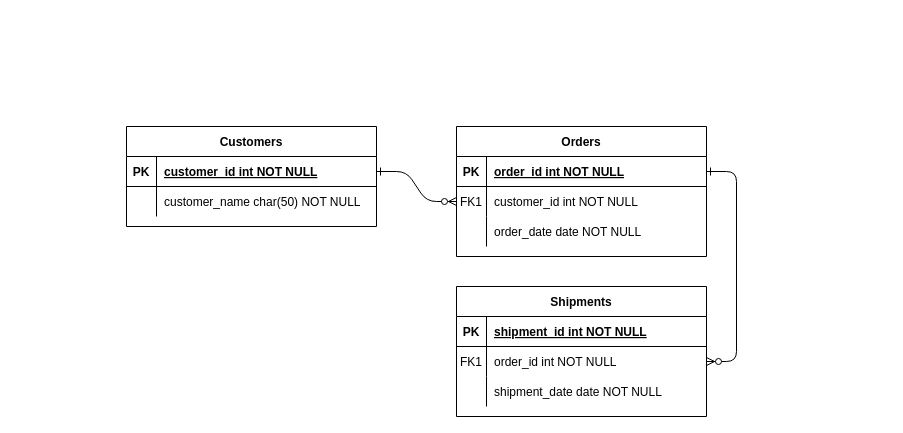
This is ORMDataBase.drawio from romiraxp/ORMDataBase, a draw.io file, before an edit. Source tidied: cells renumbered, new cells numbered last; positions are measured from the earlier drawing's top-left corner, leaving out a move shared by most shapes. Both pictures are drawn from the tidied source at 100%, with x=0, y=0 at pixel (126, 126).
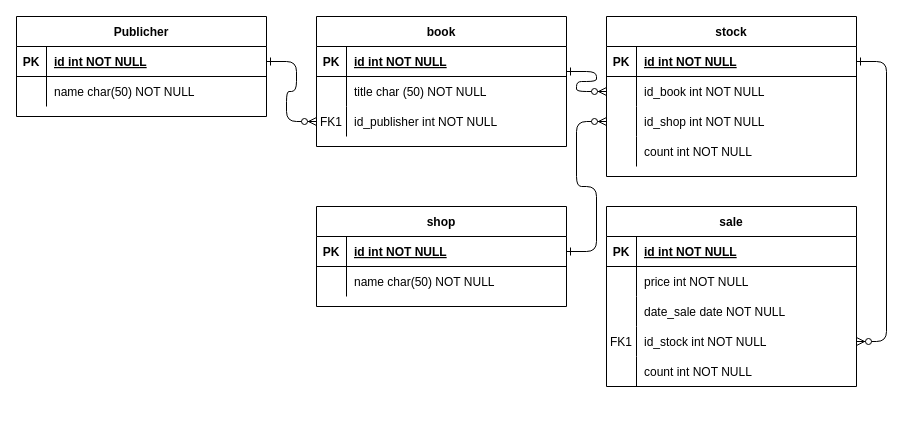
The same page after the edit.

The change refers to these unchanged cells:
```xml
<mxCell id="5" style="shape=partialRectangle;fillColor=none;points=[[0,0.5],[1,0.5]];portConstraint=eastwest;top=0;left=0;right=0;bottom=1;" parent="4" vertex="1">
  <mxGeometry y="30" width="250" height="30" as="geometry" />
</mxCell>
<mxCell id="15" style="shape=partialRectangle;fillColor=none;top=0;left=0;right=0;bottom=1;" parent="14" vertex="1">
  <mxGeometry y="30" width="250" height="30" as="geometry" />
</mxCell>
<mxCell id="18" style="shape=partialRectangle;fillColor=none;points=[[0,0.5],[1,0.5]];portConstraint=eastwest;top=0;left=0;right=0;bottom=0;" parent="14" vertex="1">
  <mxGeometry y="60" width="250" height="30" as="geometry" />
</mxCell>
<mxCell id="21" style="shape=partialRectangle;fillColor=none;top=0;left=0;right=0;bottom=0;" parent="14" vertex="1">
  <mxGeometry y="90" width="250" height="30" as="geometry" />
</mxCell>
<mxCell id="25" style="shape=partialRectangle;fillColor=none;points=[[0,0.5],[1,0.5]];portConstraint=eastwest;top=0;left=0;right=0;bottom=1;" parent="24" vertex="1">
  <mxGeometry y="30" width="250" height="30" as="geometry" />
</mxCell>
<mxCell id="28" style="shape=partialRectangle;fillColor=none;top=0;left=0;right=0;bottom=0;" parent="24" vertex="1">
  <mxGeometry y="60" width="250" height="30" as="geometry" />
</mxCell>
```

Diff of the diagram source:
```diff
@@
-    <mxCell id="3" style="edgeStyle=entityRelationEdgeStyle;endArrow=ERzeroToMany;startArrow=ERone;endFill=1;startFill=0;" parent="1" edge="1" source="5" target="18">
+    <mxCell id="3" style="edgeStyle=entityRelationEdgeStyle;endArrow=ERzeroToMany;startArrow=ERone;endFill=1;startFill=0;" parent="1" edge="1" source="45" target="31">
       <mxGeometry relative="1" as="geometry" />
     </mxCell>
-    <mxCell id="4" value="Orders" style="shape=table;startSize=30;childLayout=tableLayout;rowLines=0;fontStyle=1;align=center;" parent="1" vertex="1">
-      <mxGeometry x="330" width="250" height="130" as="geometry" />
+    <mxCell id="4" value="book" style="shape=table;startSize=30;childLayout=tableLayout;rowLines=0;fontStyle=1;align=center;" parent="1" vertex="1">
+      <mxGeometry x="190" y="-110" width="250" height="130" as="geometry" />
     </mxCell>
@@
-    <mxCell id="7" value="order_id int NOT NULL " style="shape=partialRectangle;overflow=hidden;fillColor=none;top=0;left=0;bottom=0;right=0;align=left;spacingLeft=6;fontStyle=5;" parent="5" vertex="1">
+    <mxCell id="7" value="id int NOT NULL " style="shape=partialRectangle;overflow=hidden;fillColor=none;top=0;left=0;bottom=0;right=0;align=left;spacingLeft=6;fontStyle=5;" parent="5" vertex="1">
       <mxGeometry x="30" width="220" height="30" as="geometry" />
     </mxCell>
+    <mxCell id="11" style="shape=partialRectangle;fillColor=none;top=0;left=0;right=0;bottom=0;" parent="4" vertex="1">
+      <mxGeometry y="60" width="250" height="30" as="geometry" />
+    </mxCell>
+    <mxCell id="12" style="shape=partialRectangle;overflow=hidden;fillColor=none;top=0;left=0;bottom=0;right=0;" parent="11" vertex="1">
+      <mxGeometry width="30" height="30" as="geometry" />
+    </mxCell>
+    <mxCell id="13" value="title char (50) NOT NULL" style="shape=partialRectangle;overflow=hidden;fillColor=none;top=0;left=0;bottom=0;right=0;align=left;spacingLeft=6;" parent="11" vertex="1">
+      <mxGeometry x="30" width="220" height="30" as="geometry" />
+    </mxCell>
     <mxCell id="8" style="shape=partialRectangle;fillColor=none;points=[[0,0.5],[1,0.5]];portConstraint=eastwest;top=0;left=0;right=0;bottom=0;" parent="4" vertex="1">
-      <mxGeometry y="60" width="250" height="30" as="geometry" />
+      <mxGeometry y="90" width="250" height="30" as="geometry" />
     </mxCell>
@@
-    <mxCell id="10" value="customer_id int NOT NULL" style="shape=partialRectangle;overflow=hidden;fillColor=none;top=0;left=0;bottom=0;right=0;align=left;spacingLeft=6;" parent="8" vertex="1">
+    <mxCell id="10" value="id_publisher int NOT NULL" style="shape=partialRectangle;overflow=hidden;fillColor=none;top=0;left=0;bottom=0;right=0;align=left;spacingLeft=6;" parent="8" vertex="1">
       <mxGeometry x="30" width="220" height="30" as="geometry" />
     </mxCell>
-    <mxCell id="11" style="shape=partialRectangle;fillColor=none;top=0;left=0;right=0;bottom=0;" parent="4" vertex="1">
-      <mxGeometry y="90" width="250" height="30" as="geometry" />
-    </mxCell>
-    <mxCell id="12" style="shape=partialRectangle;overflow=hidden;fillColor=none;top=0;left=0;bottom=0;right=0;" parent="11" vertex="1">
-      <mxGeometry width="30" height="30" as="geometry" />
-    </mxCell>
-    <mxCell id="13" value="order_date date NOT NULL" style="shape=partialRectangle;overflow=hidden;fillColor=none;top=0;left=0;bottom=0;right=0;align=left;spacingLeft=6;" parent="11" vertex="1">
-      <mxGeometry x="30" width="220" height="30" as="geometry" />
-    </mxCell>
-    <mxCell id="14" value="Shipments" style="shape=table;startSize=30;childLayout=tableLayout;rowLines=0;fontStyle=1;align=center;" parent="1" vertex="1">
-      <mxGeometry x="330" y="160" width="250" height="130" as="geometry" />
+    <mxCell id="14" value="sale" style="shape=table;startSize=30;childLayout=tableLayout;rowLines=0;fontStyle=1;align=center;" parent="1" vertex="1">
+      <mxGeometry x="480" y="80" width="250" height="180" as="geometry" />
     </mxCell>
@@
-    <mxCell id="17" value="shipment_id int NOT NULL " style="shape=partialRectangle;overflow=hidden;fillColor=none;top=0;left=0;bottom=0;right=0;align=left;spacingLeft=6;fontStyle=5;" parent="15" vertex="1">
+    <mxCell id="17" value="id int NOT NULL " style="shape=partialRectangle;overflow=hidden;fillColor=none;top=0;left=0;bottom=0;right=0;align=left;spacingLeft=6;fontStyle=5;" parent="15" vertex="1">
       <mxGeometry x="30" width="220" height="30" as="geometry" />
     </mxCell>
@@
-    <mxCell id="19" value="FK1" style="shape=partialRectangle;overflow=hidden;fillColor=none;top=0;left=0;bottom=0;right=0;" parent="18" vertex="1">
+    <mxCell id="19" style="shape=partialRectangle;overflow=hidden;fillColor=none;top=0;left=0;bottom=0;right=0;" parent="18" vertex="1">
       <mxGeometry width="30" height="30" as="geometry" />
     </mxCell>
-    <mxCell id="20" value="order_id int NOT NULL" style="shape=partialRectangle;overflow=hidden;fillColor=none;top=0;left=0;bottom=0;right=0;align=left;spacingLeft=6;" parent="18" vertex="1">
+    <mxCell id="20" value="price int NOT NULL" style="shape=partialRectangle;overflow=hidden;fillColor=none;top=0;left=0;bottom=0;right=0;align=left;spacingLeft=6;" parent="18" vertex="1">
       <mxGeometry x="30" width="220" height="30" as="geometry" />
     </mxCell>
@@
-    <mxCell id="23" value="shipment_date date NOT NULL" style="shape=partialRectangle;overflow=hidden;fillColor=none;top=0;left=0;bottom=0;right=0;align=left;spacingLeft=6;" parent="21" vertex="1">
+    <mxCell id="23" value="date_sale date NOT NULL" style="shape=partialRectangle;overflow=hidden;fillColor=none;top=0;left=0;bottom=0;right=0;align=left;spacingLeft=6;" parent="21" vertex="1">
       <mxGeometry x="30" width="220" height="30" as="geometry" />
     </mxCell>
+    <mxCell id="31" style="shape=partialRectangle;fillColor=none;points=[[0,0.5],[1,0.5]];portConstraint=eastwest;top=0;left=0;right=0;bottom=0;" parent="14" vertex="1">
+      <mxGeometry y="120" width="250" height="30" as="geometry" />
+    </mxCell>
+    <mxCell id="32" value="FK1" style="shape=partialRectangle;overflow=hidden;fillColor=none;top=0;left=0;bottom=0;right=0;" parent="31" vertex="1">
+      <mxGeometry width="30" height="30" as="geometry" />
+    </mxCell>
+    <mxCell id="33" value="id_stock int NOT NULL" style="shape=partialRectangle;overflow=hidden;fillColor=none;top=0;left=0;bottom=0;right=0;align=left;spacingLeft=6;" parent="31" vertex="1">
+      <mxGeometry x="30" width="220" height="30" as="geometry" />
+    </mxCell>
+    <mxCell id="34" style="shape=partialRectangle;fillColor=none;top=0;left=0;right=0;bottom=0;" parent="14" vertex="1">
+      <mxGeometry y="150" width="250" height="30" as="geometry" />
+    </mxCell>
+    <mxCell id="35" style="shape=partialRectangle;overflow=hidden;fillColor=none;top=0;left=0;bottom=0;right=0;" parent="34" vertex="1">
+      <mxGeometry width="30" height="30" as="geometry" />
+    </mxCell>
+    <mxCell id="36" value="count int NOT NULL" style="shape=partialRectangle;overflow=hidden;fillColor=none;top=0;left=0;bottom=0;right=0;align=left;spacingLeft=6;" parent="34" vertex="1">
+      <mxGeometry x="30" width="220" height="30" as="geometry" />
+    </mxCell>
-    <mxCell id="24" value="Customers" style="shape=table;startSize=30;childLayout=tableLayout;rowLines=0;fontStyle=1;align=center;" parent="1" vertex="1">
-      <mxGeometry width="250" height="100" as="geometry" />
+    <mxCell id="24" value="Publicher" style="shape=table;startSize=30;childLayout=tableLayout;rowLines=0;fontStyle=1;align=center;" parent="1" vertex="1">
+      <mxGeometry x="-110" y="-110" width="250" height="100" as="geometry" />
     </mxCell>
@@
-    <mxCell id="27" value="customer_id int NOT NULL " style="shape=partialRectangle;overflow=hidden;fillColor=none;top=0;left=0;bottom=0;right=0;align=left;spacingLeft=6;fontStyle=5;" parent="25" vertex="1">
+    <mxCell id="27" value="id int NOT NULL " style="shape=partialRectangle;overflow=hidden;fillColor=none;top=0;left=0;bottom=0;right=0;align=left;spacingLeft=6;fontStyle=5;" parent="25" vertex="1">
       <mxGeometry x="30" width="220" height="30" as="geometry" />
     </mxCell>
@@
-    <mxCell id="30" value="customer_name char(50) NOT NULL" style="shape=partialRectangle;overflow=hidden;fillColor=none;top=0;left=0;bottom=0;right=0;align=left;spacingLeft=6;" parent="28" vertex="1">
+    <mxCell id="30" value="name char(50) NOT NULL" style="shape=partialRectangle;overflow=hidden;fillColor=none;top=0;left=0;bottom=0;right=0;align=left;spacingLeft=6;" parent="28" vertex="1">
       <mxGeometry x="30" width="220" height="30" as="geometry" />
     </mxCell>
+    <mxCell id="37" value="shop" style="shape=table;startSize=30;childLayout=tableLayout;rowLines=0;fontStyle=1;align=center;" parent="1" vertex="1">
+      <mxGeometry x="190" y="80" width="250" height="100" as="geometry" />
+    </mxCell>
+    <mxCell id="38" style="shape=partialRectangle;fillColor=none;points=[[0,0.5],[1,0.5]];portConstraint=eastwest;top=0;left=0;right=0;bottom=1;" parent="37" vertex="1">
+      <mxGeometry y="30" width="250" height="30" as="geometry" />
+    </mxCell>
+    <mxCell id="39" value="PK" style="shape=partialRectangle;overflow=hidden;fillColor=none;top=0;left=0;bottom=0;right=0;fontStyle=1;" parent="38" vertex="1">
+      <mxGeometry width="30" height="30" as="geometry" />
+    </mxCell>
+    <mxCell id="40" value="id int NOT NULL " style="shape=partialRectangle;overflow=hidden;fillColor=none;top=0;left=0;bottom=0;right=0;align=left;spacingLeft=6;fontStyle=5;" parent="38" vertex="1">
+      <mxGeometry x="30" width="220" height="30" as="geometry" />
+    </mxCell>
+    <mxCell id="41" style="shape=partialRectangle;fillColor=none;top=0;left=0;right=0;bottom=0;" parent="37" vertex="1">
+      <mxGeometry y="60" width="250" height="30" as="geometry" />
+    </mxCell>
+    <mxCell id="42" style="shape=partialRectangle;overflow=hidden;fillColor=none;top=0;left=0;bottom=0;right=0;" parent="41" vertex="1">
+      <mxGeometry width="30" height="30" as="geometry" />
+    </mxCell>
+    <mxCell id="43" value="name char(50) NOT NULL" style="shape=partialRectangle;overflow=hidden;fillColor=none;top=0;left=0;bottom=0;right=0;align=left;spacingLeft=6;" parent="41" vertex="1">
+      <mxGeometry x="30" width="220" height="30" as="geometry" />
+    </mxCell>
+    <mxCell id="44" value="stock" style="shape=table;startSize=30;childLayout=tableLayout;rowLines=0;fontStyle=1;align=center;" parent="1" vertex="1">
+      <mxGeometry x="480" y="-110" width="250" height="160" as="geometry" />
+    </mxCell>
+    <mxCell id="45" style="shape=partialRectangle;fillColor=none;points=[[0,0.5],[1,0.5]];portConstraint=eastwest;top=0;left=0;right=0;bottom=1;" parent="44" vertex="1">
+      <mxGeometry y="30" width="250" height="30" as="geometry" />
+    </mxCell>
+    <mxCell id="46" value="PK" style="shape=partialRectangle;overflow=hidden;fillColor=none;top=0;left=0;bottom=0;right=0;fontStyle=1;" parent="45" vertex="1">
+      <mxGeometry width="30" height="30" as="geometry" />
+    </mxCell>
+    <mxCell id="47" value="id int NOT NULL " style="shape=partialRectangle;overflow=hidden;fillColor=none;top=0;left=0;bottom=0;right=0;align=left;spacingLeft=6;fontStyle=5;" parent="45" vertex="1">
+      <mxGeometry x="30" width="220" height="30" as="geometry" />
+    </mxCell>
+    <mxCell id="48" style="shape=partialRectangle;fillColor=none;points=[[0,0.5],[1,0.5]];portConstraint=eastwest;top=0;left=0;right=0;bottom=0;" parent="44" vertex="1">
+      <mxGeometry y="60" width="250" height="30" as="geometry" />
+    </mxCell>
+    <mxCell id="49" style="shape=partialRectangle;overflow=hidden;fillColor=none;top=0;left=0;bottom=0;right=0;" parent="48" vertex="1">
+      <mxGeometry width="30" height="30" as="geometry" />
+    </mxCell>
+    <mxCell id="50" value="id_book int NOT NULL" style="shape=partialRectangle;overflow=hidden;fillColor=none;top=0;left=0;bottom=0;right=0;align=left;spacingLeft=6;" parent="48" vertex="1">
+      <mxGeometry x="30" width="220" height="30" as="geometry" />
+    </mxCell>
+    <mxCell id="51" style="shape=partialRectangle;fillColor=none;points=[[0,0.5],[1,0.5]];portConstraint=eastwest;top=0;left=0;right=0;bottom=0;" parent="44" vertex="1">
+      <mxGeometry y="90" width="250" height="30" as="geometry" />
+    </mxCell>
+    <mxCell id="52" style="shape=partialRectangle;overflow=hidden;fillColor=none;top=0;left=0;bottom=0;right=0;" parent="51" vertex="1">
+      <mxGeometry width="30" height="30" as="geometry" />
+    </mxCell>
+    <mxCell id="53" value="id_shop int NOT NULL" style="shape=partialRectangle;overflow=hidden;fillColor=none;top=0;left=0;bottom=0;right=0;align=left;spacingLeft=6;" parent="51" vertex="1">
+      <mxGeometry x="30" width="220" height="30" as="geometry" />
+    </mxCell>
+    <mxCell id="54" style="shape=partialRectangle;fillColor=none;top=0;left=0;right=0;bottom=0;" parent="44" vertex="1">
+      <mxGeometry y="120" width="250" height="30" as="geometry" />
+    </mxCell>
+    <mxCell id="55" style="shape=partialRectangle;overflow=hidden;fillColor=none;top=0;left=0;bottom=0;right=0;" parent="54" vertex="1">
+      <mxGeometry width="30" height="30" as="geometry" />
+    </mxCell>
+    <mxCell id="56" value="count int NOT NULL" style="shape=partialRectangle;overflow=hidden;fillColor=none;top=0;left=0;bottom=0;right=0;align=left;spacingLeft=6;" parent="54" vertex="1">
+      <mxGeometry x="30" width="220" height="30" as="geometry" />
+    </mxCell>
+    <mxCell id="57" style="edgeStyle=entityRelationEdgeStyle;endArrow=ERzeroToMany;startArrow=ERone;endFill=1;startFill=0;exitX=1;exitY=0.5;exitDx=0;exitDy=0;" parent="1" edge="1" source="38" target="51">
+      <mxGeometry relative="1" as="geometry" />
+    </mxCell>
+    <mxCell id="58" style="edgeStyle=entityRelationEdgeStyle;endArrow=ERzeroToMany;startArrow=ERone;endFill=1;startFill=0;" parent="1" edge="1" target="48">
+      <mxGeometry relative="1" as="geometry">
+        <mxPoint x="440" y="-55" as="sourcePoint" />
+      </mxGeometry>
+    </mxCell>
```
